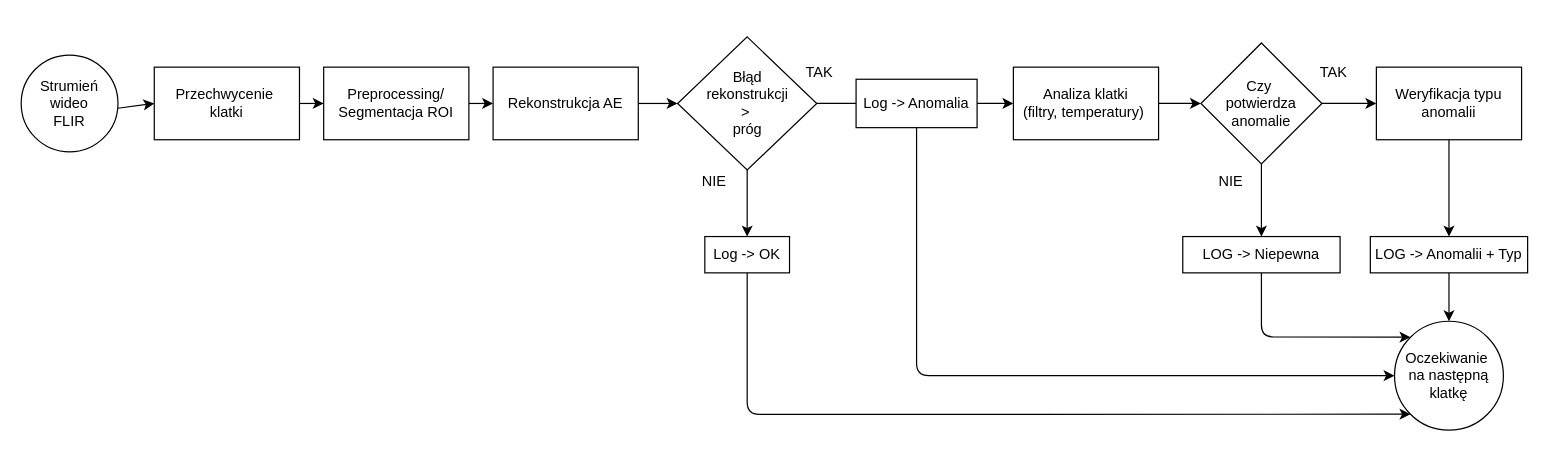
dawidburcon/weld-thermal-anomaly-detection keeps this draw.io diagram as assets/anomalies_horizontal_diagram.drawio. Above is the earlier version. Source tidied: cells renumbered, new cells numbered last; positions are measured from the earlier drawing's top-left corner, leaving out a move shared by most shapes. Both pictures are drawn from the tidied source at 121%, with x=0, y=0 at pixel (21, 36).
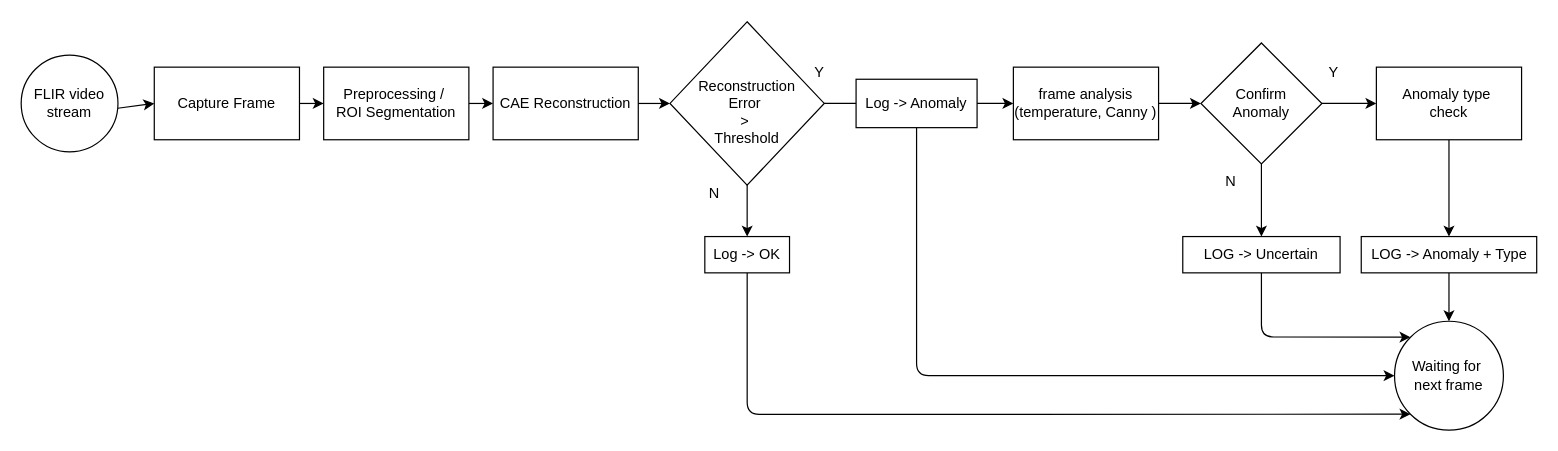
Above is the later version.

Commit message (it also covers changes not shown here):
check run works readme update stonks

What changed in the source:
```diff
@@
-    <mxCell id="3" value="Przechwycenie&amp;nbsp;&lt;div&gt;klatki&lt;/div&gt;" style="rounded=0;whiteSpace=wrap;html=1;" parent="1" vertex="1">
+    <mxCell id="3" value="Capture Frame" style="rounded=0;whiteSpace=wrap;html=1;" parent="1" vertex="1">
       <mxGeometry x="110" y="25" width="120" height="60" as="geometry" />
     </mxCell>
@@
-    <mxCell id="5" value="Preprocessing/&lt;div&gt;Segmentacja ROI&lt;/div&gt;" style="rounded=0;whiteSpace=wrap;html=1;" parent="1" vertex="1">
+    <mxCell id="5" value="Preprocessing /&amp;nbsp;&lt;div&gt;ROI Segmentation&lt;/div&gt;" style="rounded=0;whiteSpace=wrap;html=1;" parent="1" vertex="1">
       <mxGeometry x="250" y="25" width="120" height="60" as="geometry" />
     </mxCell>
@@
-    <mxCell id="7" value="Strumień&lt;br&gt;wideo&lt;br&gt;FLIR" style="ellipse;whiteSpace=wrap;html=1;" parent="1" vertex="1">
+    <mxCell id="7" value="FLIR video stream" style="ellipse;whiteSpace=wrap;html=1;" parent="1" vertex="1">
       <mxGeometry y="15" width="80" height="80" as="geometry" />
     </mxCell>
-    <mxCell id="8" value="Rekonstrukcja AE" style="rounded=0;whiteSpace=wrap;html=1;" parent="1" vertex="1">
+    <mxCell id="8" value="CAE Reconstruction" style="rounded=0;whiteSpace=wrap;html=1;" parent="1" vertex="1">
       <mxGeometry x="390" y="25" width="120" height="60" as="geometry" />
     </mxCell>
@@
-    <mxCell id="11" value="Błąd&lt;div&gt;&amp;nbsp;rekonstrukcji&amp;nbsp;&lt;div&gt;&amp;gt;&amp;nbsp;&lt;/div&gt;&lt;div&gt;próg&lt;/div&gt;&lt;/div&gt;" style="rhombus;whiteSpace=wrap;html=1;rounded=0;" parent="1" vertex="1">
-      <mxGeometry x="542.5" width="115" height="110" as="geometry" />
+    <mxCell id="11" value="&lt;div&gt;&lt;br&gt;&lt;/div&gt;Reconstruction&lt;div&gt;Error&lt;span style=&quot;color: rgb(63, 63, 63); background-color: transparent;&quot;&gt;&amp;nbsp;&lt;/span&gt;&lt;div&gt;&lt;div&gt;&amp;gt;&amp;nbsp;&lt;/div&gt;&lt;div&gt;Threshold&lt;/div&gt;&lt;/div&gt;&lt;/div&gt;" style="rhombus;whiteSpace=wrap;html=1;rounded=0;" parent="1" vertex="1">
+      <mxGeometry x="536.2" y="-12.5" width="127.5" height="135" as="geometry" />
     </mxCell>
@@
-    <mxCell id="13" value="Analiza klatki&lt;br&gt;(filtry, temperatury)&amp;nbsp;" style="whiteSpace=wrap;html=1;rounded=0;" parent="1" vertex="1">
+    <mxCell id="13" value="frame analysis&lt;div&gt;(temperature, Canny )&lt;/div&gt;" style="whiteSpace=wrap;html=1;rounded=0;" parent="1" vertex="1">
       <mxGeometry x="820" y="25" width="120" height="60" as="geometry" />
     </mxCell>
@@
-    <mxCell id="16" value="Czy&amp;nbsp;&lt;div&gt;potwierdza anomalie&lt;/div&gt;" style="rhombus;whiteSpace=wrap;html=1;rounded=0;" parent="1" vertex="1">
+    <mxCell id="16" value="Confirm&lt;br&gt;Anomaly" style="rhombus;whiteSpace=wrap;html=1;rounded=0;" parent="1" vertex="1">
       <mxGeometry x="975" y="5" width="100" height="100" as="geometry" />
     </mxCell>
@@
-    <mxCell id="20" value="LOG -&amp;gt;&amp;nbsp;&lt;span style=&quot;background-color: transparent;&quot;&gt;Niepewna&lt;/span&gt;" style="whiteSpace=wrap;html=1;rounded=0;" parent="1" vertex="1">
+    <mxCell id="20" value="LOG -&amp;gt; Uncertain" style="whiteSpace=wrap;html=1;rounded=0;" parent="1" vertex="1">
       <mxGeometry x="960" y="165" width="130" height="30" as="geometry" />
     </mxCell>
-    <mxCell id="21" value="TAK" style="text;html=1;align=center;verticalAlign=middle;whiteSpace=wrap;rounded=0;" parent="1" vertex="1">
+    <mxCell id="21" value="Y" style="text;html=1;align=center;verticalAlign=middle;whiteSpace=wrap;rounded=0;" parent="1" vertex="1">
       <mxGeometry x="630" y="15" width="60" height="30" as="geometry" />
     </mxCell>
-    <mxCell id="22" value="NIE" style="text;html=1;align=center;verticalAlign=middle;whiteSpace=wrap;rounded=0;" parent="1" vertex="1">
-      <mxGeometry x="542.5" y="105" width="60" height="30" as="geometry" />
+    <mxCell id="22" value="N" style="text;html=1;align=center;verticalAlign=middle;whiteSpace=wrap;rounded=0;" parent="1" vertex="1">
+      <mxGeometry x="542.5" y="115" width="60" height="30" as="geometry" />
     </mxCell>
@@
-    <mxCell id="24" value="TAK" style="text;html=1;align=center;verticalAlign=middle;whiteSpace=wrap;rounded=0;" parent="1" vertex="1">
+    <mxCell id="24" value="Y" style="text;html=1;align=center;verticalAlign=middle;whiteSpace=wrap;rounded=0;" parent="1" vertex="1">
       <mxGeometry x="1055" y="15" width="60" height="30" as="geometry" />
     </mxCell>
-    <mxCell id="25" value="NIE" style="text;html=1;align=center;verticalAlign=middle;whiteSpace=wrap;rounded=0;" parent="1" vertex="1">
+    <mxCell id="25" value="N" style="text;html=1;align=center;verticalAlign=middle;whiteSpace=wrap;rounded=0;" parent="1" vertex="1">
       <mxGeometry x="970" y="105" width="60" height="30" as="geometry" />
     </mxCell>
@@
-    <mxCell id="27" value="Weryfikacja typu anomalii" style="whiteSpace=wrap;html=1;rounded=0;" parent="1" vertex="1">
+    <mxCell id="27" value="Anomaly type&amp;nbsp;&lt;div&gt;check&lt;/div&gt;" style="whiteSpace=wrap;html=1;rounded=0;" parent="1" vertex="1">
       <mxGeometry x="1120" y="25" width="120" height="60" as="geometry" />
     </mxCell>
-    <mxCell id="28" value="Oczekiwanie&amp;nbsp;&lt;div&gt;na następną&lt;/div&gt;&lt;div&gt;klatkę&lt;/div&gt;" style="ellipse;whiteSpace=wrap;html=1;" parent="1" vertex="1">
+    <mxCell id="28" value="Waiting for&amp;nbsp;&lt;div&gt;next frame&lt;/div&gt;" style="ellipse;whiteSpace=wrap;html=1;" parent="1" vertex="1">
       <mxGeometry x="1135" y="235" width="90" height="90" as="geometry" />
     </mxCell>
@@
-    <mxCell id="30" value="LOG -&amp;gt; Anomalii + Typ" style="whiteSpace=wrap;html=1;rounded=0;" parent="1" vertex="1">
-      <mxGeometry x="1115" y="165" width="130" height="30" as="geometry" />
+    <mxCell id="30" value="LOG -&amp;gt; Anomaly + Type" style="whiteSpace=wrap;html=1;rounded=0;" parent="1" vertex="1">
+      <mxGeometry x="1107.5" y="165" width="145" height="30" as="geometry" />
     </mxCell>
@@
-    <mxCell id="32" value="Log -&amp;gt; Anomalia" style="rounded=0;whiteSpace=wrap;html=1;" parent="1" vertex="1">
+    <mxCell id="32" value="Log -&amp;gt; Anomaly" style="rounded=0;whiteSpace=wrap;html=1;" parent="1" vertex="1">
       <mxGeometry x="690" y="35" width="100" height="40" as="geometry" />
     </mxCell>
```
